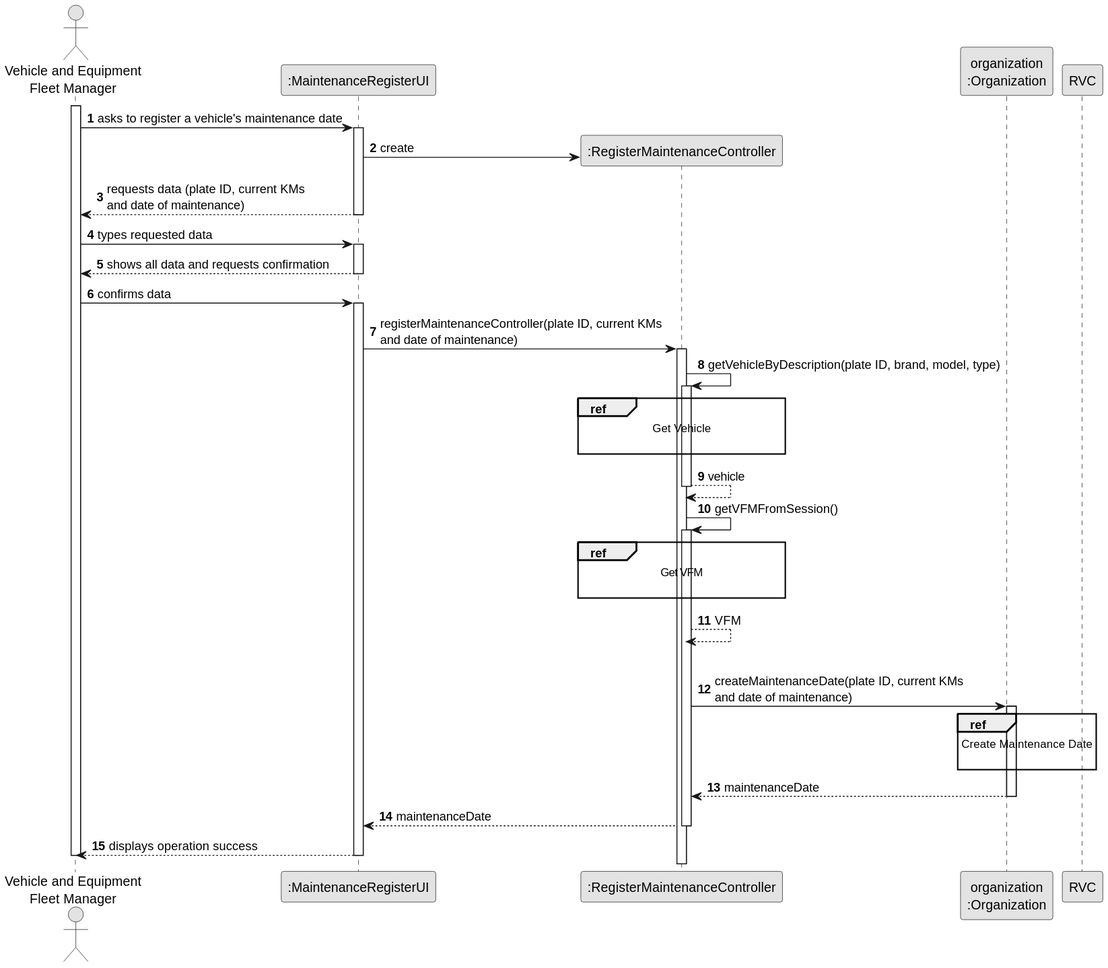
Before: docs/sprint3/us007/03.design/svg/us007-sequence-diagram-split.svg, a diagram exported from PlantUML (tiagosoa/lei-24-s2-1dgh-g073). Source of this version:
```plantuml
@startuml
skinparam monochrome true
skinparam packageStyle rectangle
skinparam shadowing false

autonumber

actor "Vehicle and Equipment\nFleet Manager" as VEFL
participant ":MaintenanceRegisterUI" as UI
participant ":RegisterMaintenanceController" as RMC
participant "organization\n:Organization" as ORG

activate VEFL

        VEFL -> UI : asks to register a vehicle's maintenance date

        activate UI

            UI -> RMC** : create



            UI --> VEFL : requests data (plate ID, current KMs \nand date of maintenance)
        deactivate UI

    VEFL -> UI : types requested data
    activate UI

        UI --> VEFL : shows all data and requests confirmation
    deactivate UI

    VEFL -> UI : confirms data
    activate UI

        UI -> RMC : registerMaintenanceController(plate ID, current KMs \nand date of maintenance)
        activate RMC

            RMC -> RMC : getVehicleByDescription(plate ID, brand, model, type)
            activate RMC
                     ref over RMC
                        Get Vehicle

                     end

               RMC-->RMC : vehicle
            deactivate RMC


             RMC -> RMC : getVFMFromSession()
                        activate RMC

                            ref over RMC
                              Get VFM

                            end ref

                            RMC --> RMC : VFM
                        deactivate RVC
            |||
            RMC -> ORG: createMaintenanceDate(plate ID, current KMs \nand date of maintenance)
            activate ORG

               activate ORG

                               ref over ORG
                                   Create Maintenance Date

                               end

                               ORG --> RMC : maintenanceDate
               deactivate ORG


            deactivate ORG

            RMC --> UI: maintenanceDate
            deactivate RMC
            UI --> VEFL: displays operation success
    deactivate UI

deactivate VEFL
@enduml
```
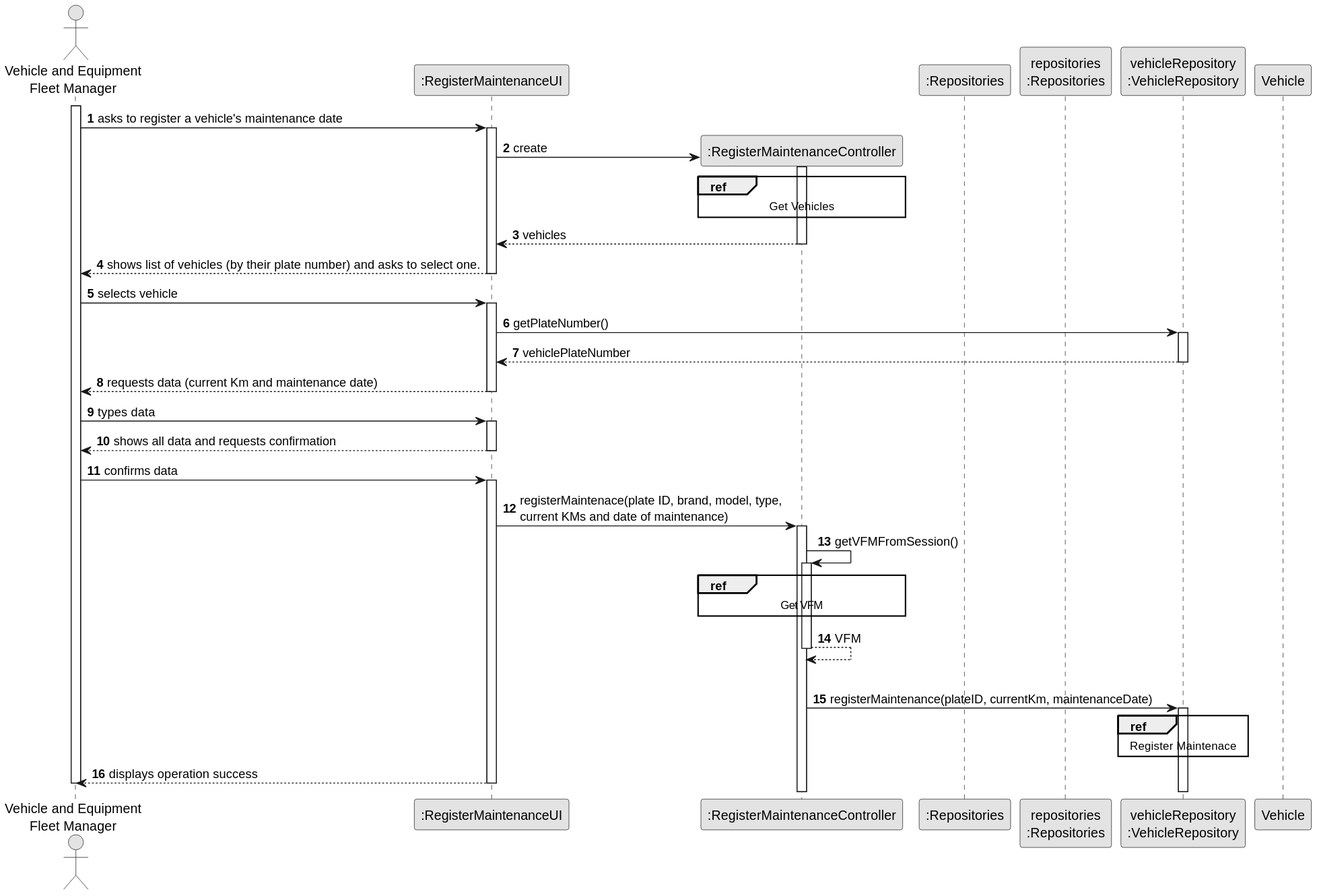
After the commit.

What changed in the source:
```diff
@@ -5,78 +5,75 @@
 
 autonumber
 
-actor "Vehicle and Equipment\nFleet Manager" as VEFL
-participant ":MaintenanceRegisterUI" as UI
-participant ":RegisterMaintenanceController" as RMC
-participant "organization\n:Organization" as ORG
+actor "Vehicle and Equipment\nFleet Manager" as VFM
+participant ":RegisterMaintenanceUI" as UI
+participant ":RegisterMaintenanceController" as CTRL
+participant ":Repositories" as RepositorySingleton
+participant ":Repositories" as RepositorySingleton
+participant "repositories\n:Repositories" as PLAT
+participant "vehicleRepository\n:VehicleRepository" as VR
+participant "Vehicle" as VEICULO
 
-activate VEFL
+activate VFM
 
-        VEFL -> UI : asks to register a vehicle's maintenance date
+        VFM -> UI : asks to register a vehicle's maintenance date
 
         activate UI
 
-            UI -> RMC** : create
+            UI -> CTRL** : create
+            activate CTRL
+ref over CTRL
+Get Vehicles
+end
+                           CTRL --> UI : vehicles
+                           deactivate CTRL
 
 
-
-            UI --> VEFL : requests data (plate ID, current KMs \nand date of maintenance)
+            UI --> VFM : shows list of vehicles (by their plate number) and asks to select one.
         deactivate UI
 
-    VEFL -> UI : types requested data
+    VFM -> UI : selects vehicle
     activate UI
 
-        UI --> VEFL : shows all data and requests confirmation
+                   UI -> VR : getPlateNumber()
+                   activate VR
+
+                               VR --> UI : vehiclePlateNumber
+                               deactivate VR
+
+    UI --> VFM : requests data (current Km and maintenance date)
     deactivate UI
 
-    VEFL -> UI : confirms data
+    VFM -> UI : types data
     activate UI
 
-        UI -> RMC : registerMaintenanceController(plate ID, current KMs \nand date of maintenance)
-        activate RMC
-
-            RMC -> RMC : getVehicleByDescription(plate ID, brand, model, type)
-            activate RMC
-                     ref over RMC
-                        Get Vehicle
-
-                     end
-
-               RMC-->RMC : vehicle
-            deactivate RMC
-
-
-             RMC -> RMC : getVFMFromSession()
-                        activate RMC
-
-                            ref over RMC
-                              Get VFM
-
-                            end ref
-
-                            RMC --> RMC : VFM
-                        deactivate RVC
-            |||
-            RMC -> ORG: createMaintenanceDate(plate ID, current KMs \nand date of maintenance)
-            activate ORG
-
-               activate ORG
-
-                               ref over ORG
-                                   Create Maintenance Date
-
-                               end
-
-                               ORG --> RMC : maintenanceDate
-               deactivate ORG
-
-
-            deactivate ORG
-
-            RMC --> UI: maintenanceDate
-            deactivate RMC
-            UI --> VEFL: displays operation success
+        UI --> VFM : shows all data and requests confirmation
     deactivate UI
 
-deactivate VEFL
+    VFM -> UI : confirms data
+    activate UI
+
+        UI -> CTRL : registerMaintenace(plate ID, brand, model, type, \ncurrent KMs and date of maintenance)
+        activate CTRL
+
+                CTRL -> CTRL : getVFMFromSession()
+                            activate CTRL
+
+                ref over CTRL
+                Get VFM
+                end
+
+                                CTRL --> CTRL : VFM
+                          deactivate CTRL
+
+            |||
+            CTRL -> VR: registerMaintenance(plateID, currentKm, maintenanceDate)
+            activate VR
+ref over VR
+Register Maintenace
+end
+            UI --> VFM: displays operation success
+    deactivate UI
+
+deactivate VFM
 @enduml
```
